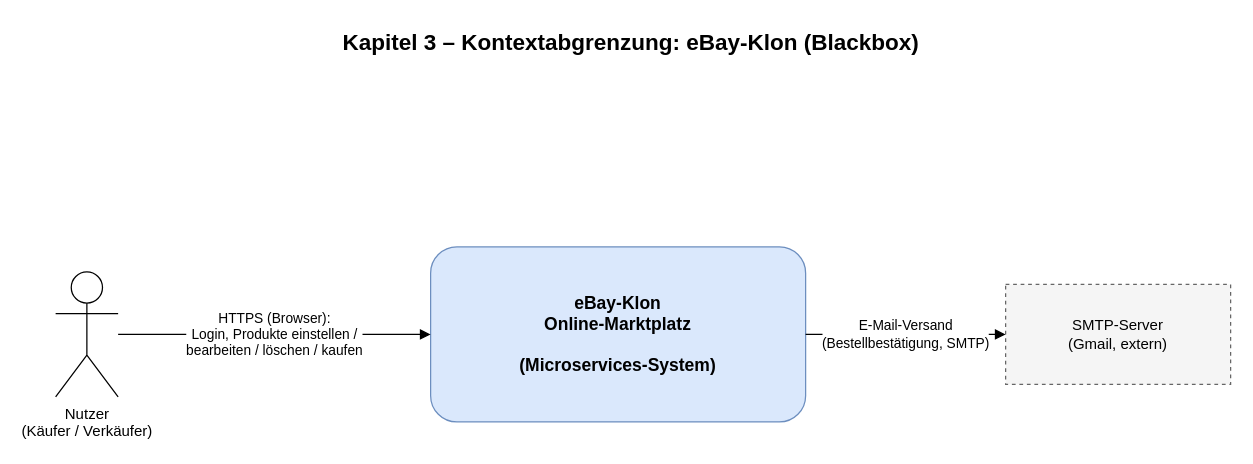
Earlier version of the draw.io diagram arc42/diagramme/01-kontextdiagramm.drawio (noah-preyer/SS26_Software_Architektur_Ebay2). Source tidied: cells renumbered, new cells numbered last; positions are measured from the earlier drawing's top-left corner, leaving out a move shared by most shapes. Both pictures are drawn from the tidied source at 125%, with x=0, y=0 at pixel (55, 21).
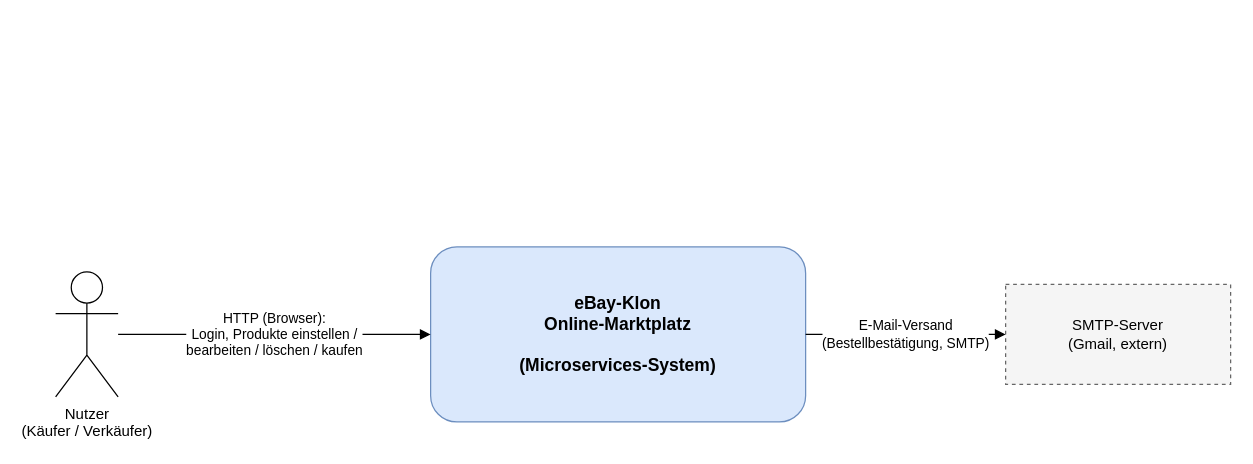
After the change.

The edit, as a diff of the source:
```diff
@@
 <mxGraphModel>
   <root>
     <mxCell id="0" />
     <mxCell id="1" parent="0" />
-    <mxCell id="2" value="Kapitel 3 – Kontextabgrenzung: eBay-Klon (Blackbox)" style="text;html=1;fontSize=18;fontStyle=1;align=center;" parent="1" vertex="1">
-      <mxGeometry x="160" width="600" height="30" as="geometry" />
-    </mxCell>
     <mxCell id="3" value="Nutzer&#10;(Käufer / Verkäufer)" style="shape=umlActor;verticalLabelPosition=bottom;verticalAlign=top;html=1;outlineConnect=0;" parent="1" vertex="1">
       <mxGeometry y="200" width="50" height="100" as="geometry" />
     </mxCell>
     <mxCell id="4" value="eBay-Klon&#10;Online-Marktplatz&#10;&#10;(Microservices-System)" style="rounded=1;whiteSpace=wrap;html=1;fillColor=#dae8fc;strokeColor=#6c8ebf;fontSize=14;fontStyle=1;" parent="1" vertex="1">
       <mxGeometry x="300" y="180" width="300" height="140" as="geometry" />
     </mxCell>
     <mxCell id="5" value="SMTP-Server&#10;(Gmail, extern)" style="rounded=0;whiteSpace=wrap;html=1;fillColor=#f5f5f5;strokeColor=#666666;dashed=1;" parent="1" vertex="1">
       <mxGeometry x="760" y="210" width="180" height="80" as="geometry" />
     </mxCell>
-    <mxCell id="6" value="HTTPS (Browser):&#10;Login, Produkte einstellen /&#10;bearbeiten / löschen / kaufen" style="edgeStyle=orthogonalEdgeStyle;rounded=0;html=1;endArrow=block;" parent="1" edge="1" source="3" target="4">
+    <mxCell id="6" value="HTTP (Browser):&lt;br&gt;Login, Produkte einstellen /&lt;br&gt;bearbeiten / löschen / kaufen" style="edgeStyle=orthogonalEdgeStyle;rounded=0;html=1;endArrow=block;" parent="1" edge="1" source="3" target="4">
       <mxGeometry relative="1" as="geometry" />
     </mxCell>
     <mxCell id="7" value="E-Mail-Versand&#10;(Bestellbestätigung, SMTP)" style="edgeStyle=orthogonalEdgeStyle;rounded=0;html=1;endArrow=block;" parent="1" edge="1" source="4" target="5">
       <mxGeometry relative="1" as="geometry" />
     </mxCell>
   </root>
 </mxGraphModel>
```
